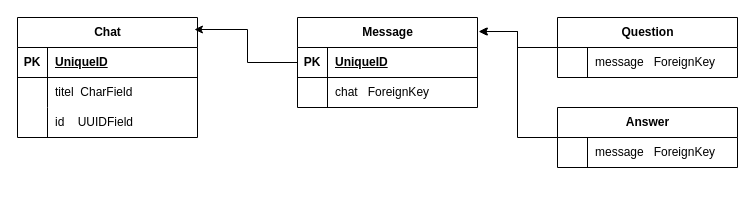
This is gptchatbot.drawio from JuliQ89/nextjs-gpt-chatbot, a draw.io file, before an edit. Source tidied: cells renumbered, new cells numbered last; positions are measured from the earlier drawing's top-left corner, leaving out a move shared by most shapes. Both pictures are drawn from the tidied source at 100%, with x=0, y=0 at pixel (17, 17).
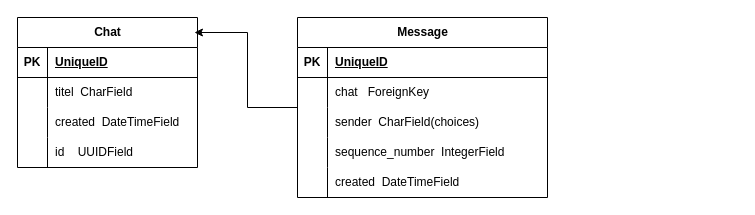
The same page after the edit.

The edit, as a diff of the source:
```diff
@@
     <mxCell id="2" value="Chat" style="shape=table;startSize=30;childLayout=tableLayout;rowLines=0;fontStyle=1;align=center;html=1;" parent="1" vertex="1">
-      <mxGeometry width="180" height="120" as="geometry" />
+      <mxGeometry width="180" height="150" as="geometry" />
     </mxCell>
@@
+    <mxCell id="30" style="shape=tableRow;horizontal=0;startSize=0;swimlaneHead=0;swimlaneBody=0;fillColor=none;top=0;left=0;right=0;bottom=0;" parent="2" vertex="1">
+      <mxGeometry y="90" width="180" height="30" as="geometry" />
+    </mxCell>
+    <mxCell id="31" style="shape=partialRectangle;fillColor=none;top=0;left=0;bottom=0;right=0;overflow=hidden;whiteSpace=wrap;html=1;" parent="30" vertex="1">
+      <mxGeometry width="30" height="30" as="geometry" />
+    </mxCell>
+    <mxCell id="32" value="created&amp;nbsp; DateTimeField" style="shape=partialRectangle;fillColor=none;top=0;left=0;bottom=0;right=0;align=left;spacingLeft=6;overflow=hidden;whiteSpace=wrap;html=1;" parent="30" vertex="1">
+      <mxGeometry x="30" width="150" height="30" as="geometry" />
+    </mxCell>
     <mxCell id="9" style="shape=tableRow;horizontal=0;startSize=0;swimlaneHead=0;swimlaneBody=0;fillColor=none;top=0;left=0;right=0;bottom=0;" parent="2" vertex="1">
-      <mxGeometry y="90" width="180" height="30" as="geometry" />
+      <mxGeometry y="120" width="180" height="30" as="geometry" />
     </mxCell>
@@
     <mxCell id="12" value="Message" style="shape=table;startSize=30;childLayout=tableLayout;rowLines=0;fontStyle=1;align=center;html=1;" parent="1" vertex="1">
-      <mxGeometry x="280" width="180" height="90" as="geometry" />
+      <mxGeometry x="280" width="250" height="180" as="geometry" />
     </mxCell>
     <mxCell id="13" style="shape=tableRow;horizontal=0;startSize=0;swimlaneHead=0;swimlaneBody=0;fillColor=none;top=0;left=0;right=0;bottom=1;" parent="12" vertex="1">
-      <mxGeometry y="30" width="180" height="30" as="geometry" />
+      <mxGeometry y="30" width="250" height="30" as="geometry" />
     </mxCell>
@@
     <mxCell id="15" value="UniqueID" style="shape=partialRectangle;fillColor=none;top=0;left=0;bottom=0;right=0;align=left;spacingLeft=6;fontStyle=5;overflow=hidden;whiteSpace=wrap;html=1;" parent="13" vertex="1">
-      <mxGeometry x="30" width="150" height="30" as="geometry" />
+      <mxGeometry x="30" width="220" height="30" as="geometry" />
     </mxCell>
     <mxCell id="16" style="shape=tableRow;horizontal=0;startSize=0;swimlaneHead=0;swimlaneBody=0;fillColor=none;top=0;left=0;right=0;bottom=0;" parent="12" vertex="1">
-      <mxGeometry y="60" width="180" height="30" as="geometry" />
+      <mxGeometry y="60" width="250" height="30" as="geometry" />
     </mxCell>
@@
     <mxCell id="18" value="chat&amp;nbsp; &amp;nbsp;ForeignKey" style="shape=partialRectangle;fillColor=none;top=0;left=0;bottom=0;right=0;align=left;spacingLeft=6;overflow=hidden;whiteSpace=wrap;html=1;" parent="16" vertex="1">
-      <mxGeometry x="30" width="150" height="30" as="geometry" />
+      <mxGeometry x="30" width="220" height="30" as="geometry" />
     </mxCell>
+    <mxCell id="33" style="shape=tableRow;horizontal=0;startSize=0;swimlaneHead=0;swimlaneBody=0;fillColor=none;top=0;left=0;right=0;bottom=0;" parent="12" vertex="1">
+      <mxGeometry y="90" width="250" height="30" as="geometry" />
+    </mxCell>
+    <mxCell id="34" style="shape=partialRectangle;fillColor=none;top=0;left=0;bottom=0;right=0;overflow=hidden;whiteSpace=wrap;html=1;" parent="33" vertex="1">
+      <mxGeometry width="30" height="30" as="geometry" />
+    </mxCell>
+    <mxCell id="35" value="sender&amp;nbsp; CharField(choices)" style="shape=partialRectangle;fillColor=none;top=0;left=0;bottom=0;right=0;align=left;spacingLeft=6;overflow=hidden;whiteSpace=wrap;html=1;" parent="33" vertex="1">
+      <mxGeometry x="30" width="220" height="30" as="geometry" />
+    </mxCell>
+    <mxCell id="36" style="shape=tableRow;horizontal=0;startSize=0;swimlaneHead=0;swimlaneBody=0;fillColor=none;top=0;left=0;right=0;bottom=0;" parent="12" vertex="1">
+      <mxGeometry y="120" width="250" height="30" as="geometry" />
+    </mxCell>
+    <mxCell id="37" style="shape=partialRectangle;fillColor=none;top=0;left=0;bottom=0;right=0;overflow=hidden;whiteSpace=wrap;html=1;" parent="36" vertex="1">
+      <mxGeometry width="30" height="30" as="geometry" />
+    </mxCell>
+    <mxCell id="38" value="sequence_number&amp;nbsp; IntegerField" style="shape=partialRectangle;fillColor=none;top=0;left=0;bottom=0;right=0;align=left;spacingLeft=6;overflow=hidden;whiteSpace=wrap;html=1;" parent="36" vertex="1">
+      <mxGeometry x="30" width="220" height="30" as="geometry" />
+    </mxCell>
+    <mxCell id="39" style="shape=tableRow;horizontal=0;startSize=0;swimlaneHead=0;swimlaneBody=0;fillColor=none;top=0;left=0;right=0;bottom=0;" parent="12" vertex="1">
+      <mxGeometry y="150" width="250" height="30" as="geometry" />
+    </mxCell>
+    <mxCell id="40" style="shape=partialRectangle;fillColor=none;top=0;left=0;bottom=0;right=0;overflow=hidden;whiteSpace=wrap;html=1;" parent="39" vertex="1">
+      <mxGeometry width="30" height="30" as="geometry" />
+    </mxCell>
+    <mxCell id="41" value="created&amp;nbsp; DateTimeField" style="shape=partialRectangle;fillColor=none;top=0;left=0;bottom=0;right=0;align=left;spacingLeft=6;overflow=hidden;whiteSpace=wrap;html=1;" parent="39" vertex="1">
+      <mxGeometry x="30" width="220" height="30" as="geometry" />
+    </mxCell>
@@
-    <mxCell id="20" value="Question" style="shape=table;startSize=30;childLayout=tableLayout;rowLines=0;fontStyle=1;align=center;html=1;" parent="1" vertex="1">
-      <mxGeometry x="540" width="180" height="60" as="geometry" />
-    </mxCell>
-    <mxCell id="21" style="shape=tableRow;horizontal=0;startSize=0;swimlaneHead=0;swimlaneBody=0;fillColor=none;top=0;left=0;right=0;bottom=0;" parent="20" vertex="1">
-      <mxGeometry y="30" width="180" height="30" as="geometry" />
-    </mxCell>
-    <mxCell id="22" style="shape=partialRectangle;fillColor=none;top=0;left=0;bottom=0;right=0;overflow=hidden;whiteSpace=wrap;html=1;" parent="21" vertex="1">
-      <mxGeometry width="30" height="30" as="geometry" />
-    </mxCell>
-    <mxCell id="23" value="message&amp;nbsp; &amp;nbsp;ForeignKey" style="shape=partialRectangle;fillColor=none;top=0;left=0;bottom=0;right=0;align=left;spacingLeft=6;overflow=hidden;whiteSpace=wrap;html=1;" parent="21" vertex="1">
-      <mxGeometry x="30" width="150" height="30" as="geometry" />
-    </mxCell>
-    <mxCell id="24" value="Answer" style="shape=table;startSize=30;childLayout=tableLayout;rowLines=0;fontStyle=1;align=center;html=1;" parent="1" vertex="1">
-      <mxGeometry x="540" y="90" width="180" height="60" as="geometry" />
-    </mxCell>
-    <mxCell id="25" style="shape=tableRow;horizontal=0;startSize=0;swimlaneHead=0;swimlaneBody=0;fillColor=none;top=0;left=0;right=0;bottom=0;" parent="24" vertex="1">
-      <mxGeometry y="30" width="180" height="30" as="geometry" />
-    </mxCell>
-    <mxCell id="26" style="shape=partialRectangle;fillColor=none;top=0;left=0;bottom=0;right=0;overflow=hidden;whiteSpace=wrap;html=1;" parent="25" vertex="1">
-      <mxGeometry width="30" height="30" as="geometry" />
-    </mxCell>
-    <mxCell id="27" value="message&amp;nbsp; &amp;nbsp;ForeignKey" style="shape=partialRectangle;fillColor=none;top=0;left=0;bottom=0;right=0;align=left;spacingLeft=6;overflow=hidden;whiteSpace=wrap;html=1;" parent="25" vertex="1">
-      <mxGeometry x="30" width="150" height="30" as="geometry" />
-    </mxCell>
-    <mxCell id="28" style="edgeStyle=orthogonalEdgeStyle;rounded=0;jettySize=auto;html=1;entryX=1.011;entryY=0.156;entryDx=0;entryDy=0;entryPerimeter=0;" parent="1" edge="1" source="20" target="12">
-      <mxGeometry relative="1" as="geometry" />
-    </mxCell>
-    <mxCell id="29" style="edgeStyle=orthogonalEdgeStyle;rounded=0;jettySize=auto;html=1;entryX=1.006;entryY=0.156;entryDx=0;entryDy=0;entryPerimeter=0;" parent="1" edge="1" source="24" target="12">
-      <mxGeometry relative="1" as="geometry" />
-    </mxCell>
```
